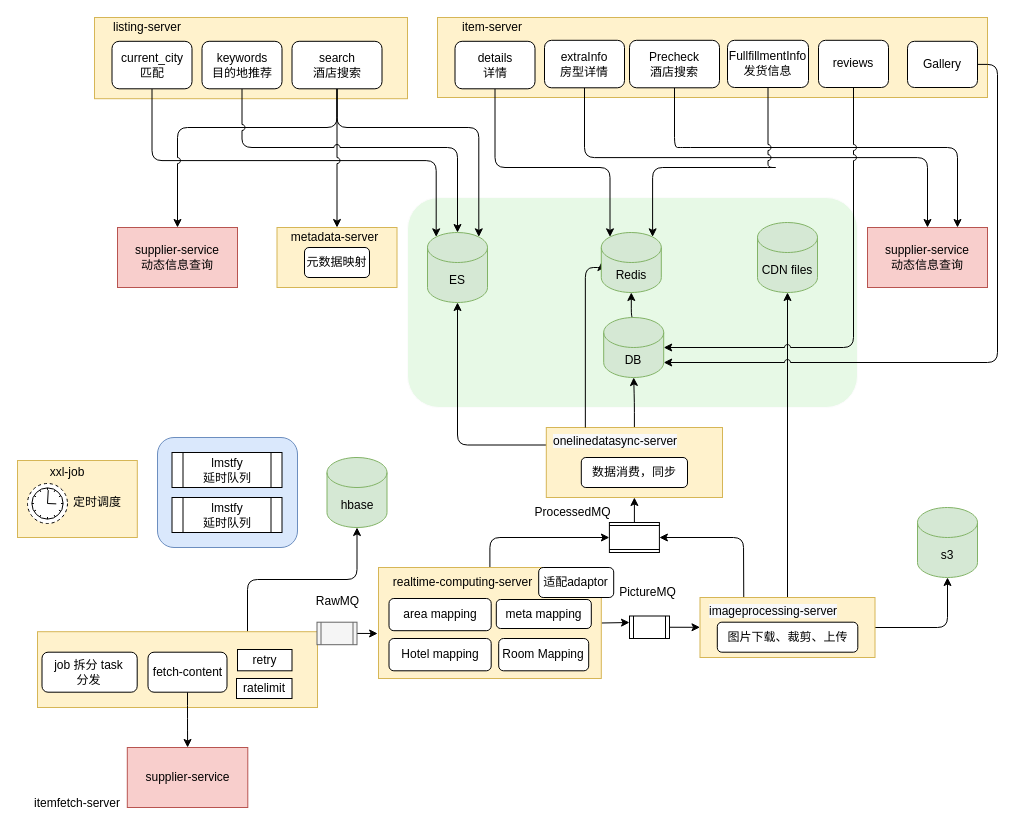
Before: page "ideal_logical_architecture" (5 of 5) of diagrams/hotel.drawio in wxquare/wxquare.github.io, a draw.io diagram. Source tidied: cells renumbered, new cells numbered last; positions are measured from the earlier drawing's top-left corner, leaving out a move shared by most shapes. Both pictures are drawn from the tidied source at 100%, with x=0, y=0 at pixel (17, 17).
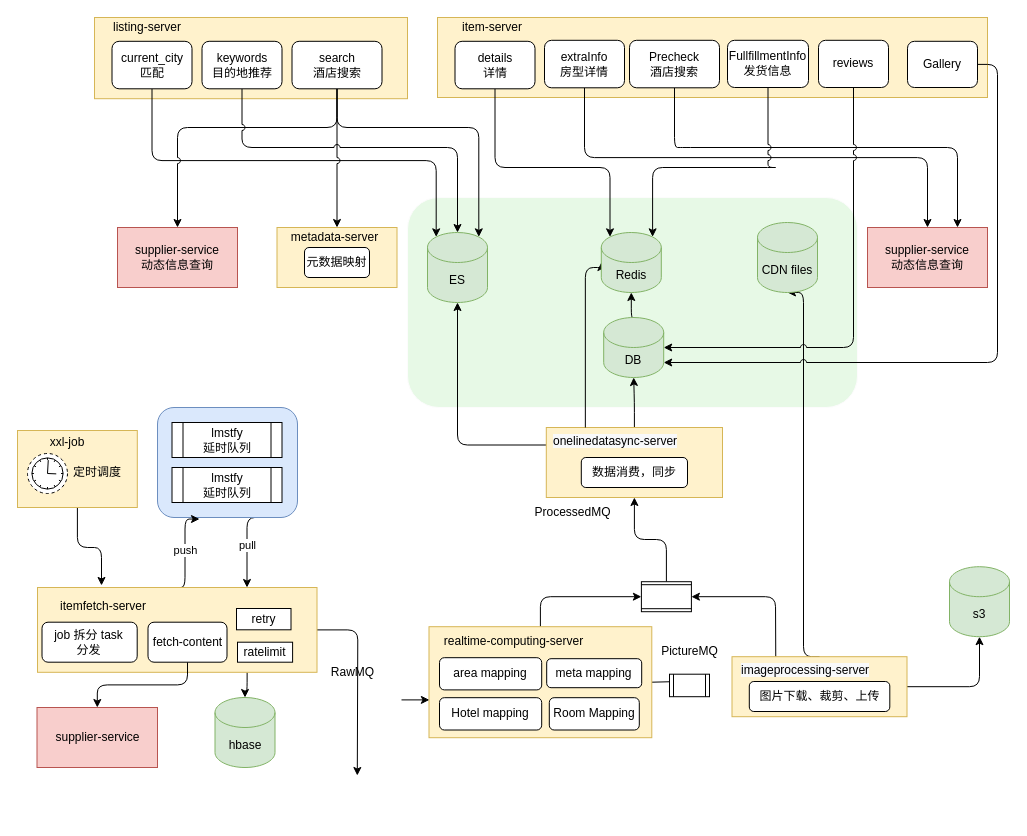
The same diagram, later.

Diff of the diagram source:
```diff
@@
+    <mxCell id="85" value="pull" style="edgeStyle=elbowEdgeStyle;rounded=1;jettySize=auto;elbow=horizontal;html=1;exitX=0.75;exitY=1;exitDx=0;exitDy=0;entryX=0.75;entryY=0;entryDx=0;entryDy=0;" parent="1" edge="1" source="2" target="7">
+      <mxGeometry relative="1" as="geometry">
+        <Array as="points">
+          <mxPoint x="229.5" y="550" />
+        </Array>
+      </mxGeometry>
+    </mxCell>
     <mxCell id="2" style="rounded=1;whiteSpace=wrap;html=1;fillColor=#dae8fc;strokeColor=#6c8ebf;" parent="1" vertex="1">
-      <mxGeometry x="140" y="420" width="140" height="110" as="geometry" />
+      <mxGeometry x="140" y="390" width="140" height="110" as="geometry" />
     </mxCell>
@@
+    <mxCell id="86" style="edgeStyle=elbowEdgeStyle;rounded=1;jettySize=auto;elbow=vertical;html=1;exitX=0.5;exitY=1;exitDx=0;exitDy=0;entryX=0.229;entryY=-0.024;entryDx=0;entryDy=0;entryPerimeter=0;" parent="1" edge="1" source="5" target="7">
+      <mxGeometry relative="1" as="geometry">
+        <Array as="points">
+          <mxPoint x="80" y="530" />
+        </Array>
+      </mxGeometry>
+    </mxCell>
     <mxCell id="5" style="rounded=0;whiteSpace=wrap;html=1;fillColor=#fff2cc;strokeColor=#d6b656;" parent="1" vertex="1">
-      <mxGeometry y="443" width="119.8" height="77" as="geometry" />
+      <mxGeometry y="413" width="119.8" height="77" as="geometry" />
     </mxCell>
+    <mxCell id="87" value="push&lt;br&gt;" style="edgeStyle=elbowEdgeStyle;rounded=1;jettySize=auto;elbow=horizontal;html=1;exitX=0.5;exitY=0;exitDx=0;exitDy=0;entryX=0.3;entryY=1.014;entryDx=0;entryDy=0;entryPerimeter=0;" parent="1" edge="1" source="7" target="2">
+      <mxGeometry relative="1" as="geometry">
+        <Array as="points">
+          <mxPoint x="167.5" y="520" />
+          <mxPoint x="177.5" y="530" />
+          <mxPoint x="167.5" y="530" />
+          <mxPoint x="177.5" y="530" />
+        </Array>
+      </mxGeometry>
+    </mxCell>
-    <mxCell id="6" style="edgeStyle=elbowEdgeStyle;rounded=1;jumpStyle=arc;jettySize=auto;elbow=vertical;html=1;exitX=0.75;exitY=0;exitDx=0;exitDy=0;entryX=0.5;entryY=1;entryDx=0;entryDy=0;entryPerimeter=0;" parent="1" edge="1" source="7" target="24">
+    <mxCell id="6" style="edgeStyle=orthogonalEdgeStyle;rounded=1;jettySize=auto;html=1;exitX=0.75;exitY=1;exitDx=0;exitDy=0;elbow=vertical;" parent="1" edge="1" source="7" target="24">
       <mxGeometry relative="1" as="geometry" />
     </mxCell>
+    <mxCell id="88" style="edgeStyle=orthogonalEdgeStyle;rounded=1;jettySize=auto;html=1;exitX=1;exitY=0.5;exitDx=0;exitDy=0;elbow=vertical;" parent="1" edge="1" source="7">
+      <mxGeometry relative="1" as="geometry">
+        <mxPoint x="339.8" y="758" as="targetPoint" />
+      </mxGeometry>
+    </mxCell>
     <mxCell id="7" style="rounded=0;whiteSpace=wrap;html=1;fillColor=#fff2cc;strokeColor=#d6b656;" parent="1" vertex="1">
-      <mxGeometry x="20" y="614.2" width="280" height="75.8" as="geometry" />
+      <mxGeometry x="20" y="570" width="279.5" height="84.8" as="geometry" />
     </mxCell>
+    <mxCell id="9" style="edgeStyle=elbowEdgeStyle;rounded=1;jumpStyle=arc;jettySize=auto;elbow=vertical;html=1;exitX=1;exitY=0.5;exitDx=0;exitDy=0;entryX=0;entryY=0.25;entryDx=0;entryDy=0;" parent="1" edge="1" source="10">
+      <mxGeometry relative="1" as="geometry">
+        <mxPoint x="662.5" y="663.4" as="targetPoint" />
+      </mxGeometry>
+    </mxCell>
-    <mxCell id="8" style="edgeStyle=elbowEdgeStyle;rounded=1;jumpStyle=arc;jettySize=auto;elbow=vertical;html=1;exitX=0.5;exitY=0;exitDx=0;exitDy=0;entryX=0.5;entryY=1;entryDx=0;entryDy=0;" parent="1" edge="1" source="10" target="23">
-      <mxGeometry relative="1" as="geometry">
-        <Array as="points">
-          <mxPoint x="530" y="520" />
-        </Array>
-      </mxGeometry>
+    <mxCell id="8" style="edgeStyle=orthogonalEdgeStyle;rounded=1;jettySize=auto;html=1;exitX=0.5;exitY=0;exitDx=0;exitDy=0;entryX=0.5;entryY=1;entryDx=0;entryDy=0;elbow=vertical;" parent="1" edge="1" source="10" target="23">
+      <mxGeometry relative="1" as="geometry" />
     </mxCell>
-    <mxCell id="9" style="edgeStyle=elbowEdgeStyle;rounded=1;jumpStyle=arc;jettySize=auto;elbow=vertical;html=1;exitX=1;exitY=0.5;exitDx=0;exitDy=0;entryX=0;entryY=0.25;entryDx=0;entryDy=0;" parent="1" edge="1" source="10" target="19">
-      <mxGeometry relative="1" as="geometry" />
-    </mxCell>
     <mxCell id="10" style="rounded=0;whiteSpace=wrap;html=1;fillColor=#fff2cc;strokeColor=#d6b656;" parent="1" vertex="1">
-      <mxGeometry x="361" y="550" width="222.8" height="111" as="geometry" />
+      <mxGeometry x="411.5" y="609.2" width="222.8" height="111" as="geometry" />
     </mxCell>
@@
     <mxCell id="15" style="edgeStyle=elbowEdgeStyle;rounded=1;jettySize=auto;html=1;exitX=0.25;exitY=0;exitDx=0;exitDy=0;entryX=0.5;entryY=0;entryDx=0;entryDy=0;" parent="1" edge="1" source="17" target="23">
       <mxGeometry relative="1" as="geometry">
         <Array as="points">
-          <mxPoint x="726" y="560" />
-          <mxPoint x="700" y="560" />
+          <mxPoint x="758" y="619.2" />
+          <mxPoint x="732" y="619.2" />
         </Array>
       </mxGeometry>
     </mxCell>
@@
     <mxCell id="17" style="rounded=0;whiteSpace=wrap;html=1;fillColor=#fff2cc;strokeColor=#d6b656;" parent="1" vertex="1">
-      <mxGeometry x="682.5" y="580" width="175" height="60" as="geometry" />
+      <mxGeometry x="714.5" y="639.2" width="175" height="60" as="geometry" />
     </mxCell>
-    <mxCell id="18" style="edgeStyle=orthogonalEdgeStyle;rounded=0;jettySize=auto;html=1;exitX=1;exitY=0.5;exitDx=0;exitDy=0;entryX=0;entryY=0.5;entryDx=0;entryDy=0;" parent="1" edge="1" source="19" target="17">
-      <mxGeometry relative="1" as="geometry" />
-    </mxCell>
     <mxCell id="19" style="shape=process;whiteSpace=wrap;html=1;backgroundOutline=1;" parent="1" vertex="1">
-      <mxGeometry x="612" y="598.5" width="40" height="22.5" as="geometry" />
+      <mxGeometry x="652" y="656.7" width="40" height="22.5" as="geometry" />
     </mxCell>
@@
     <mxCell id="21" value="supplier-service&lt;br&gt;" style="rounded=0;whiteSpace=wrap;html=1;fillColor=#f8cecc;strokeColor=#b85450;" parent="1" vertex="1">
-      <mxGeometry x="109.8" y="730" width="120.5" height="60" as="geometry" />
+      <mxGeometry x="19.5" y="690" width="120.5" height="60" as="geometry" />
     </mxCell>
@@
     <mxCell id="23" style="shape=process;whiteSpace=wrap;html=1;backgroundOutline=1;rotation=90;" parent="1" vertex="1">
-      <mxGeometry x="601.9" y="495" width="30" height="50" as="geometry" />
+      <mxGeometry x="633.9" y="554.2" width="30" height="50" as="geometry" />
     </mxCell>
     <mxCell id="24" value="hbase" style="shape=cylinder3;whiteSpace=wrap;html=1;boundedLbl=1;backgroundOutline=1;size=15;fillColor=#d5e8d4;strokeColor=#82b366;" parent="1" vertex="1">
-      <mxGeometry x="309.5" y="440" width="60" height="70" as="geometry" />
+      <mxGeometry x="197.5" y="680" width="60" height="70" as="geometry" />
     </mxCell>
     <mxCell id="25" value="s3" style="shape=cylinder3;whiteSpace=wrap;html=1;boundedLbl=1;backgroundOutline=1;size=15;fillColor=#d5e8d4;strokeColor=#82b366;" parent="1" vertex="1">
-      <mxGeometry x="900" y="490" width="60" height="70" as="geometry" />
+      <mxGeometry x="932" y="549.2" width="60" height="70" as="geometry" />
     </mxCell>
@@
     <mxCell id="32" value="RawMQ" style="text;html=1;align=center;verticalAlign=middle;strokeColor=none;fillColor=none;" parent="1" vertex="1">
-      <mxGeometry x="284.5" y="568.7" width="70" height="30" as="geometry" />
+      <mxGeometry x="299.5" y="640" width="70" height="30" as="geometry" />
     </mxCell>
     <mxCell id="33" value="PictureMQ" style="text;html=1;align=center;verticalAlign=middle;strokeColor=none;fillColor=none;" parent="1" vertex="1">
-      <mxGeometry x="590" y="560" width="80" height="30" as="geometry" />
+      <mxGeometry x="632" y="619.2" width="80" height="30" as="geometry" />
     </mxCell>
@@
     <mxCell id="62" value="xxl-job" style="text;html=1;strokeColor=none;fillColor=none;align=center;verticalAlign=middle;whiteSpace=wrap;rounded=0;" parent="1" vertex="1">
-      <mxGeometry x="5" y="443" width="90" height="23" as="geometry" />
+      <mxGeometry x="5" y="413" width="90" height="23" as="geometry" />
     </mxCell>
     <mxCell id="63" value="job 拆分 task&lt;br&gt;分发" style="rounded=1;whiteSpace=wrap;html=1;" parent="1" vertex="1">
-      <mxGeometry x="24.5" y="634.7" width="95.2" height="40" as="geometry" />
+      <mxGeometry x="24.5" y="604.7" width="95.2" height="40" as="geometry" />
     </mxCell>
-    <mxCell id="64" value="适配adaptor" style="rounded=1;whiteSpace=wrap;html=1;" parent="1" vertex="1">
-      <mxGeometry x="521.2" y="550" width="75" height="30" as="geometry" />
-    </mxCell>
     <mxCell id="65" value="itemfetch-server" style="text;html=1;strokeColor=none;fillColor=none;align=center;verticalAlign=middle;whiteSpace=wrap;rounded=0;" parent="1" vertex="1">
-      <mxGeometry x="14.9" y="770" width="90" height="31" as="geometry" />
+      <mxGeometry x="40.5" y="573.7" width="90" height="31" as="geometry" />
     </mxCell>
-    <mxCell id="66" style="edgeStyle=elbowEdgeStyle;rounded=1;jumpStyle=arc;jettySize=auto;elbow=vertical;html=1;exitX=1;exitY=0.5;exitDx=0;exitDy=0;entryX=-0.004;entryY=0.595;entryDx=0;entryDy=0;entryPerimeter=0;" parent="1" edge="1" source="67" target="10">
-      <mxGeometry relative="1" as="geometry" />
-    </mxCell>
-    <mxCell id="67" style="shape=process;whiteSpace=wrap;html=1;backgroundOutline=1;fillColor=#f5f5f5;fontColor=#333333;strokeColor=#666666;" parent="1" vertex="1">
-      <mxGeometry x="299.5" y="604.7" width="40" height="22.5" as="geometry" />
-    </mxCell>
+    <mxCell id="89" style="edgeStyle=orthogonalEdgeStyle;rounded=1;jettySize=auto;html=1;exitX=1;exitY=0.25;exitDx=0;exitDy=0;entryX=0.002;entryY=0.658;entryDx=0;entryDy=0;entryPerimeter=0;elbow=vertical;" parent="1" edge="1" target="10">
+      <mxGeometry relative="1" as="geometry">
+        <mxPoint x="384" y="682.4" as="sourcePoint" />
+      </mxGeometry>
+    </mxCell>
     <mxCell id="68" value="Hotel mapping" style="rounded=1;whiteSpace=wrap;html=1;" parent="1" vertex="1">
-      <mxGeometry x="371.5" y="621" width="102.2" height="32.3" as="geometry" />
+      <mxGeometry x="422" y="680.2" width="102.2" height="32.3" as="geometry" />
     </mxCell>
     <mxCell id="69" value="Room Mapping" style="rounded=1;whiteSpace=wrap;html=1;" parent="1" vertex="1">
-      <mxGeometry x="481.2" y="621" width="90" height="32.3" as="geometry" />
+      <mxGeometry x="531.8" y="680.2" width="90" height="32.3" as="geometry" />
     </mxCell>
     <mxCell id="70" value="area mapping" style="rounded=1;whiteSpace=wrap;html=1;" parent="1" vertex="1">
-      <mxGeometry x="371.5" y="581" width="102.2" height="32.2" as="geometry" />
+      <mxGeometry x="422" y="640.2" width="102.2" height="32.2" as="geometry" />
     </mxCell>
     <mxCell id="71" value="meta mapping" style="rounded=1;whiteSpace=wrap;html=1;" parent="1" vertex="1">
-      <mxGeometry x="478.8" y="582" width="95" height="29" as="geometry" />
+      <mxGeometry x="529.2" y="641.2" width="95" height="29" as="geometry" />
     </mxCell>
     <mxCell id="72" value="realtime-computing-server" style="text;html=1;strokeColor=none;fillColor=none;align=center;verticalAlign=middle;whiteSpace=wrap;rounded=0;" parent="1" vertex="1">
-      <mxGeometry x="370.2" y="556" width="151" height="18" as="geometry" />
+      <mxGeometry x="420.8" y="615.2" width="151" height="18" as="geometry" />
     </mxCell>
     <mxCell id="73" value="图片下载、裁剪、上传" style="rounded=1;whiteSpace=wrap;html=1;" parent="1" vertex="1">
-      <mxGeometry x="699.8" y="604.7" width="140.5" height="30" as="geometry" />
+      <mxGeometry x="731.8" y="664" width="140.5" height="30" as="geometry" />
     </mxCell>
     <mxCell id="74" value="&lt;span style=&quot;color: rgb(0, 0, 0); font-family: Helvetica; font-size: 12px; font-style: normal; font-variant-ligatures: normal; font-variant-caps: normal; font-weight: 400; letter-spacing: normal; orphans: 2; text-align: center; text-indent: 0px; text-transform: none; widows: 2; word-spacing: 0px; -webkit-text-stroke-width: 0px; background-color: rgb(248, 249, 250); text-decoration-thickness: initial; text-decoration-style: initial; text-decoration-color: initial; float: none; display: inline !important;&quot;&gt;imageprocessing-server&lt;/span&gt;" style="text;whiteSpace=wrap;html=1;" parent="1" vertex="1">
-      <mxGeometry x="690" y="580" width="160" height="40" as="geometry" />
+      <mxGeometry x="722" y="639.2" width="160" height="40" as="geometry" />
     </mxCell>
@@
     <mxCell id="77" style="shape=mxgraph.bpmn.event;html=1;verticalLabelPosition=bottom;labelBackgroundColor=#ffffff;verticalAlign=top;align=center;perimeter=ellipsePerimeter;outline=eventNonint;symbol=timer;" parent="1" vertex="1">
-      <mxGeometry x="10" y="466" width="40" height="40" as="geometry" />
+      <mxGeometry x="10" y="436" width="40" height="40" as="geometry" />
     </mxCell>
     <mxCell id="78" value="定时调度" style="text;html=1;strokeColor=none;fillColor=none;align=center;verticalAlign=middle;whiteSpace=wrap;rounded=0;" parent="1" vertex="1">
-      <mxGeometry x="49.8" y="469.5" width="60" height="30" as="geometry" />
+      <mxGeometry x="49.8" y="439.5" width="60" height="30" as="geometry" />
     </mxCell>
     <mxCell id="79" value="lmstfy&lt;br&gt;延时队列" style="shape=process;whiteSpace=wrap;html=1;backgroundOutline=1;" parent="1" vertex="1">
-      <mxGeometry x="154.5" y="435" width="110" height="35" as="geometry" />
+      <mxGeometry x="154.5" y="405" width="110" height="35" as="geometry" />
     </mxCell>
     <mxCell id="80" value="retry" style="rounded=0;whiteSpace=wrap;html=1;" parent="1" vertex="1">
-      <mxGeometry x="220" y="632" width="54.5" height="21.3" as="geometry" />
+      <mxGeometry x="219" y="591" width="54.5" height="21.3" as="geometry" />
     </mxCell>
     <mxCell id="81" value="ratelimit" style="rounded=0;whiteSpace=wrap;html=1;" parent="1" vertex="1">
-      <mxGeometry x="219" y="661" width="55.5" height="20" as="geometry" />
+      <mxGeometry x="220" y="624.7" width="55.1" height="20" as="geometry" />
     </mxCell>
     <mxCell id="82" value="lmstfy&lt;br&gt;延时队列" style="shape=process;whiteSpace=wrap;html=1;backgroundOutline=1;" parent="1" vertex="1">
-      <mxGeometry x="154.5" y="480" width="110" height="35" as="geometry" />
+      <mxGeometry x="154.5" y="450" width="110" height="35" as="geometry" />
     </mxCell>
-    <mxCell id="83" style="edgeStyle=orthogonalEdgeStyle;curved=1;rounded=0;jettySize=auto;html=1;exitX=0.5;exitY=1;exitDx=0;exitDy=0;" parent="1" edge="1" source="84" target="21">
+    <mxCell id="83" style="edgeStyle=orthogonalEdgeStyle;rounded=1;jettySize=auto;html=1;exitX=0.5;exitY=1;exitDx=0;exitDy=0;" parent="1" edge="1" source="84" target="21">
       <mxGeometry relative="1" as="geometry" />
     </mxCell>
     <mxCell id="84" value="fetch-content" style="rounded=1;whiteSpace=wrap;html=1;" parent="1" vertex="1">
-      <mxGeometry x="130.5" y="634.7" width="79" height="40" as="geometry" />
+      <mxGeometry x="130.5" y="604.7" width="79" height="40" as="geometry" />
     </mxCell>
```
